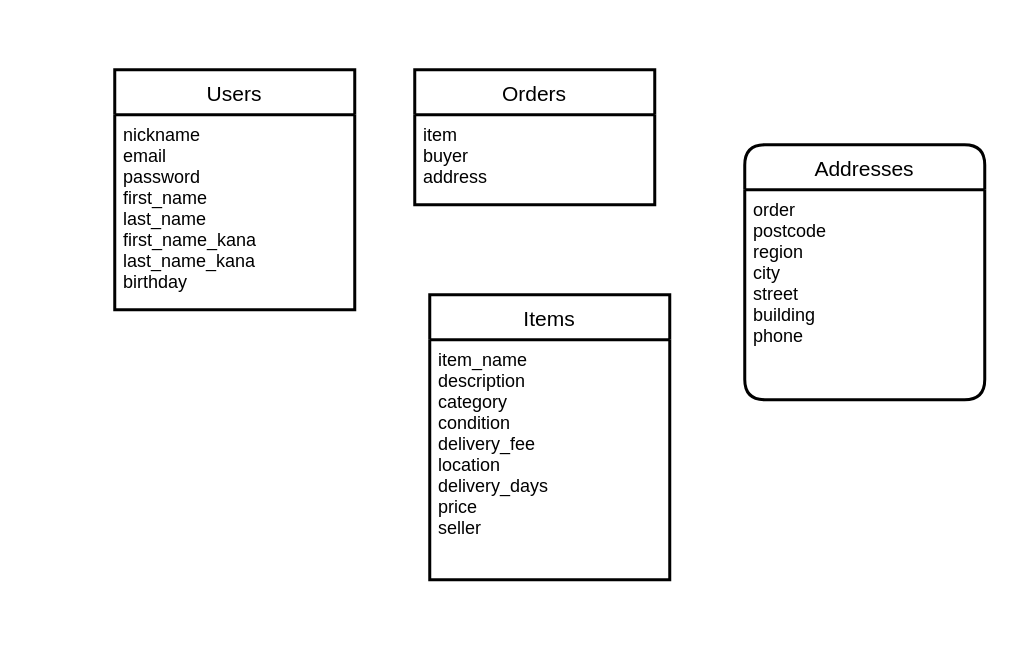
Above: ER.dio in sakukoz/furima-34403 (draw.io), before the change. Source tidied: cells renumbered, new cells numbered last; positions are measured from the earlier drawing's top-left corner, leaving out a move shared by most shapes. Both pictures are drawn from the tidied source at 150%, with x=0, y=0 at pixel (114, 69).
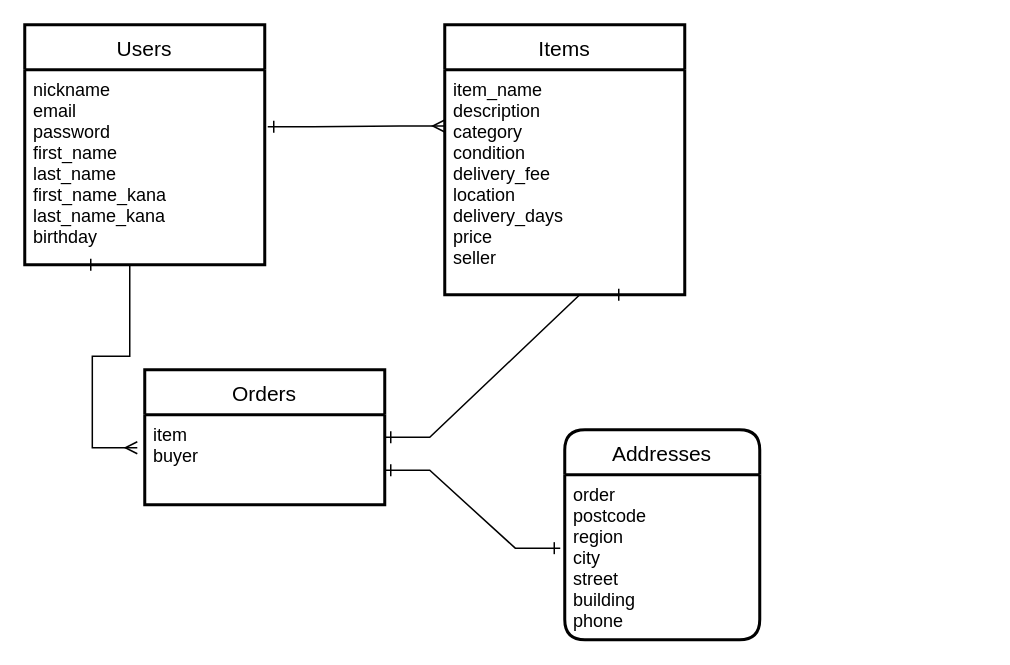
The same page after the edit.

What changed in the source:
```diff
@@
 <mxGraphModel>
   <root>
     <mxCell id="0" />
     <mxCell id="1" parent="0" />
     <mxCell id="2" value="Addresses" style="swimlane;horizontal=1;startSize=30;rounded=1;fontSize=14;fontStyle=0;strokeWidth=2;shadow=0;dashed=0;align=center;" parent="1" vertex="1">
-      <mxGeometry x="420" y="50" width="160" height="170" as="geometry" />
+      <mxGeometry x="300" y="240" width="130" height="140" as="geometry" />
     </mxCell>
     <mxCell id="3" value="order&#10;postcode&#10;region&#10;city&#10;street&#10;building&#10;phone" style="align=left;strokeColor=none;fillColor=none;spacingLeft=4;fontSize=12;verticalAlign=top;" parent="2" vertex="1">
-      <mxGeometry y="30" width="160" height="140" as="geometry" />
+      <mxGeometry y="30" width="130" height="110" as="geometry" />
     </mxCell>
     <mxCell id="4" value="Orders" style="swimlane;horizontal=1;startSize=30;fontSize=14;fontStyle=0;strokeWidth=2;shadow=0;dashed=0;align=center;" parent="1" vertex="1">
-      <mxGeometry x="200" width="160" height="90" as="geometry" />
+      <mxGeometry x="20" y="200" width="160" height="90" as="geometry" />
     </mxCell>
-    <mxCell id="5" value="item&#10;buyer&#10;address" style="align=left;strokeColor=none;fillColor=none;spacingLeft=4;fontSize=12;verticalAlign=top;" parent="4" vertex="1">
+    <mxCell id="5" value="item&#10;buyer&#10;" style="align=left;strokeColor=none;fillColor=none;spacingLeft=4;fontSize=12;verticalAlign=top;" parent="4" vertex="1">
       <mxGeometry y="30" width="160" height="60" as="geometry" />
     </mxCell>
     <mxCell id="6" value="Users" style="swimlane;horizontal=1;startSize=30;fontSize=14;fontStyle=0;strokeWidth=2;shadow=0;dashed=0;align=center;" parent="1" vertex="1">
-      <mxGeometry width="160" height="160" as="geometry" />
+      <mxGeometry x="-60" y="-30" width="160" height="160" as="geometry" />
     </mxCell>
     <mxCell id="7" value="nickname&#10;email&#10;password&#10;first_name&#10;last_name&#10;first_name_kana&#10;last_name_kana&#10;birthday" style="align=left;strokeColor=none;fillColor=none;spacingLeft=4;fontSize=12;verticalAlign=top;" parent="6" vertex="1">
       <mxGeometry y="30" width="160" height="130" as="geometry" />
     </mxCell>
     <mxCell id="8" value="Items" style="swimlane;horizontal=1;startSize=30;fontSize=14;fontStyle=0;strokeWidth=2;shadow=0;dashed=0;align=center;" parent="1" vertex="1">
-      <mxGeometry x="210" y="150" width="160" height="190" as="geometry" />
+      <mxGeometry x="220" y="-30" width="160" height="180" as="geometry" />
     </mxCell>
     <mxCell id="9" value="item_name&#10;description&#10;category&#10;condition&#10;delivery_fee&#10;location&#10;delivery_days&#10;price&#10;seller&#10;" style="align=left;strokeColor=none;fillColor=none;spacingLeft=4;fontSize=12;verticalAlign=top;" parent="8" vertex="1">
-      <mxGeometry y="30" width="160" height="160" as="geometry" />
+      <mxGeometry y="30" width="160" height="150" as="geometry" />
     </mxCell>
+    <mxCell id="10" style="edgeStyle=entityRelationEdgeStyle;fontSize=12;html=1;endArrow=ERmany;entryX=0;entryY=0.25;entryDx=0;entryDy=0;rounded=0;startArrow=ERone;startFill=0;endFill=0;" parent="1" edge="1" target="9">
+      <mxGeometry relative="1" as="geometry">
+        <mxPoint x="102" y="38" as="sourcePoint" />
+      </mxGeometry>
+    </mxCell>
+    <mxCell id="11" style="edgeStyle=entityRelationEdgeStyle;fontSize=12;html=1;endArrow=ERmany;exitX=0.25;exitY=1;exitDx=0;exitDy=0;entryX=-0.031;entryY=0.367;entryDx=0;entryDy=0;entryPerimeter=0;rounded=0;startArrow=ERone;startFill=0;endFill=0;" parent="1" edge="1" source="7" target="5">
+      <mxGeometry relative="1" as="geometry" />
+    </mxCell>
+    <mxCell id="12" style="edgeStyle=entityRelationEdgeStyle;fontSize=12;html=1;endArrow=ERone;startArrow=ERone;entryX=-0.023;entryY=0.445;entryDx=0;entryDy=0;exitX=1;exitY=0.617;exitDx=0;exitDy=0;rounded=0;exitPerimeter=0;entryPerimeter=0;endFill=0;startFill=0;" parent="1" edge="1" source="5" target="3">
+      <mxGeometry relative="1" as="geometry" />
+    </mxCell>
+    <mxCell id="13" style="edgeStyle=entityRelationEdgeStyle;fontSize=12;html=1;endArrow=ERone;startArrow=ERone;entryX=0.75;entryY=1;entryDx=0;entryDy=0;exitX=1;exitY=0.25;exitDx=0;exitDy=0;rounded=0;startFill=0;endFill=0;" parent="1" edge="1" source="5" target="9">
+      <mxGeometry relative="1" as="geometry" />
+    </mxCell>
   </root>
 </mxGraphModel>
```
